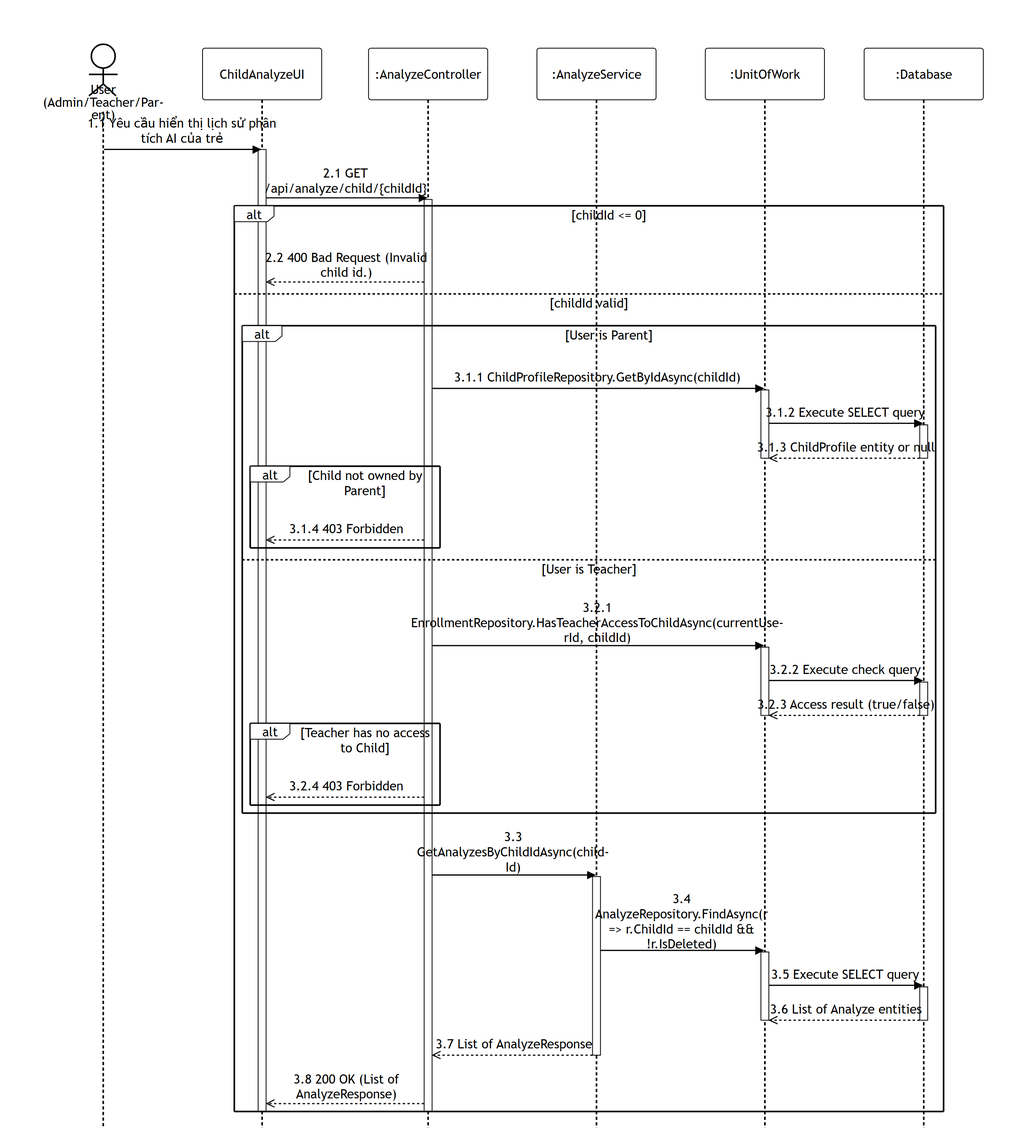
Before: 07-results-performance-analysis/images/apis/get-child-ai-analysis.png, a diagram exported from Mermaid (PhucAnDev/docx-diagram). Its source is kept beside it as 07-results-performance-analysis/sequence-diagram/apis/get-child-ai-analysis.mmd. The source it was exported from:
```mermaid
%%{init: {'theme':'base', 'themeVariables': {'actorBkg':'#ffffff','actorBorder':'#000000','actorTextColor':'#000000','actorLineColor':'#000000','signalColor':'#000000','signalTextColor':'#000000','labelBoxBkgColor':'#ffffff','labelBoxBorderColor':'#000000','labelTextColor':'#000000','loopTextColor':'#000000','noteBkgColor':'#ffffff','noteBorderColor':'#000000','noteTextColor':'#000000','activationBorderColor':'#000000','activationBkgColor':'#ffffff','sequenceNumberColor':'#000000'}, 'sequence': {'width':150,'height':65,'actorFontSize':16,'messageFontSize':16,'wrap':true,'wrapPadding':10}}}%%
sequenceDiagram
    title GET /api/analyze/child/{childId}
    actor User as User (Admin/Teacher/Parent)
    participant UI as ChildAnalyzeUI
    participant Endpoint as :AnalyzeController
    participant Service as :AnalyzeService
    participant DB as :UnitOfWork
    participant Database as :Database

    User->>UI: 1.1 Yêu cầu hiển thị lịch sử phân tích AI của trẻ
    activate UI
    UI->>Endpoint: 2.1 GET /api/analyze/child/{childId}
    activate Endpoint

    alt childId <= 0
        Endpoint-->>UI: 2.2 400 Bad Request (Invalid child id.)
    else childId valid
        alt User is Parent
            Endpoint->>DB: 3.1.1 ChildProfileRepository.GetByIdAsync(childId)
            activate DB
            DB->>Database: 3.1.2 Execute SELECT query
            activate Database
            Database-->>DB: 3.1.3 ChildProfile entity or null
            deactivate Database
            deactivate DB
            alt Child not owned by Parent
                Endpoint-->>UI: 3.1.4 403 Forbidden
            end
        else User is Teacher
            Endpoint->>DB: 3.2.1 EnrollmentRepository.HasTeacherAccessToChildAsync(currentUserId, childId)
            activate DB
            DB->>Database: 3.2.2 Execute check query
            activate Database
            Database-->>DB: 3.2.3 Access result (true/false)
            deactivate Database
            deactivate DB
            alt Teacher has no access to Child
                Endpoint-->>UI: 3.2.4 403 Forbidden
            end
        end

        Endpoint->>Service: 3.3 GetAnalyzesByChildIdAsync(childId)
        activate Service

        Service->>DB: 3.4 AnalyzeRepository.FindAsync(r => r.ChildId == childId && !r.IsDeleted)
        activate DB
        DB->>Database: 3.5 Execute SELECT query
        activate Database
        Database-->>DB: 3.6 List of Analyze entities
        deactivate Database
        deactivate DB

        Service-->>Endpoint: 3.7 List of AnalyzeResponse
        deactivate Service
        Endpoint-->>UI: 3.8 200 OK (List of AnalyzeResponse)
    end
    deactivate Endpoint
    deactivate UI
```
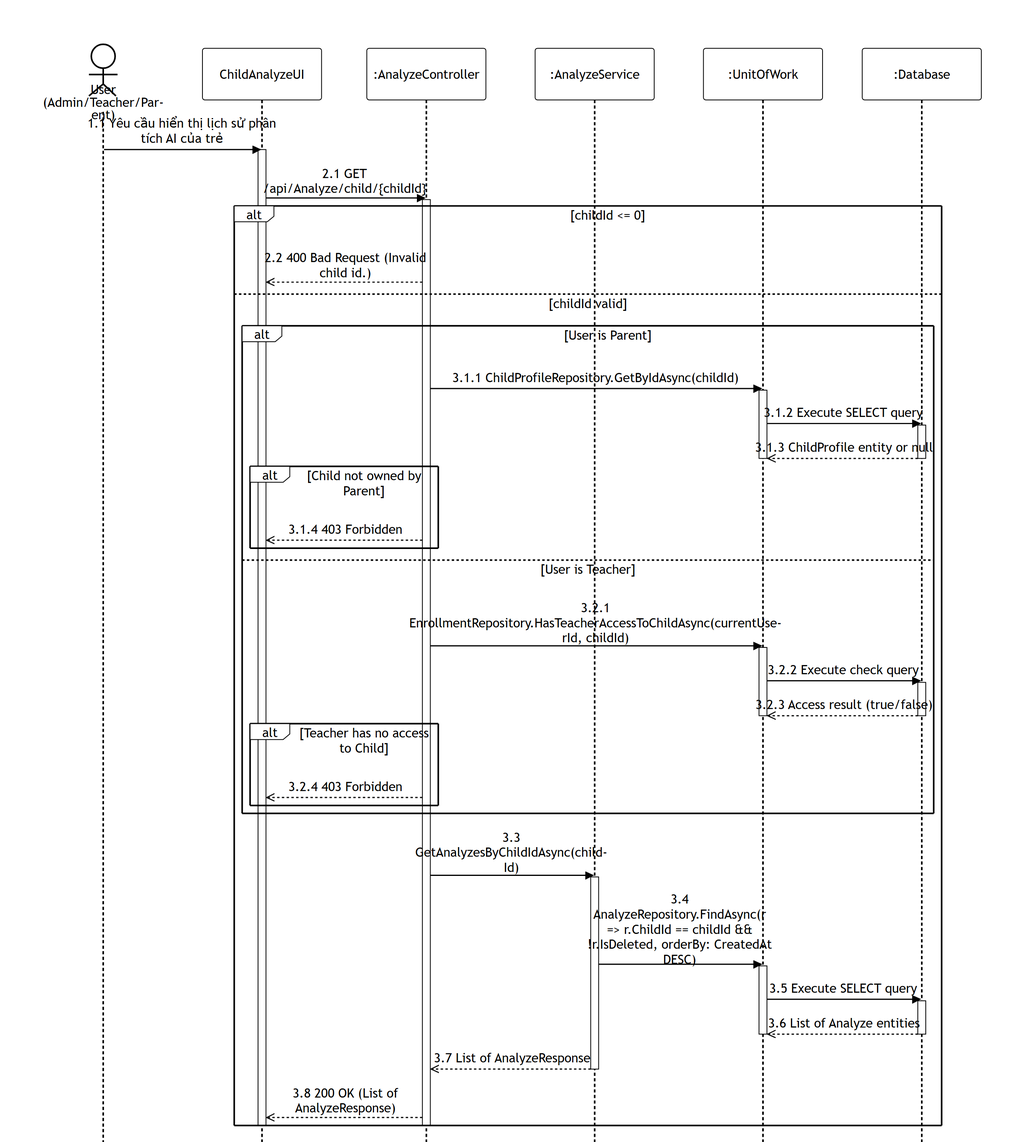
Later version of the same file.

Commit message:
fix: update get-child-ai-analysis.mmd and create-ai-analysis.mmd with correct route casing, orderBy sorting, response messages, and activations

Diff of the diagram source:
```diff
@@ -1,6 +1,6 @@
 %%{init: {'theme':'base', 'themeVariables': {'actorBkg':'#ffffff','actorBorder':'#000000','actorTextColor':'#000000','actorLineColor':'#000000','signalColor':'#000000','signalTextColor':'#000000','labelBoxBkgColor':'#ffffff','labelBoxBorderColor':'#000000','labelTextColor':'#000000','loopTextColor':'#000000','noteBkgColor':'#ffffff','noteBorderColor':'#000000','noteTextColor':'#000000','activationBorderColor':'#000000','activationBkgColor':'#ffffff','sequenceNumberColor':'#000000'}, 'sequence': {'width':150,'height':65,'actorFontSize':16,'messageFontSize':16,'wrap':true,'wrapPadding':10}}}%%
 sequenceDiagram
-    title GET /api/analyze/child/{childId}
+    title GET /api/Analyze/child/{childId}
     actor User as User (Admin/Teacher/Parent)
     participant UI as ChildAnalyzeUI
     participant Endpoint as :AnalyzeController
@@ -10,7 +10,7 @@
 
     User->>UI: 1.1 Yêu cầu hiển thị lịch sử phân tích AI của trẻ
     activate UI
-    UI->>Endpoint: 2.1 GET /api/analyze/child/{childId}
+    UI->>Endpoint: 2.1 GET /api/Analyze/child/{childId}
     activate Endpoint
 
     alt childId <= 0
@@ -43,7 +43,7 @@
         Endpoint->>Service: 3.3 GetAnalyzesByChildIdAsync(childId)
         activate Service
 
-        Service->>DB: 3.4 AnalyzeRepository.FindAsync(r => r.ChildId == childId && !r.IsDeleted)
+        Service->>DB: 3.4 AnalyzeRepository.FindAsync(r => r.ChildId == childId && !r.IsDeleted, orderBy: CreatedAt DESC)
         activate DB
         DB->>Database: 3.5 Execute SELECT query
         activate Database
```
